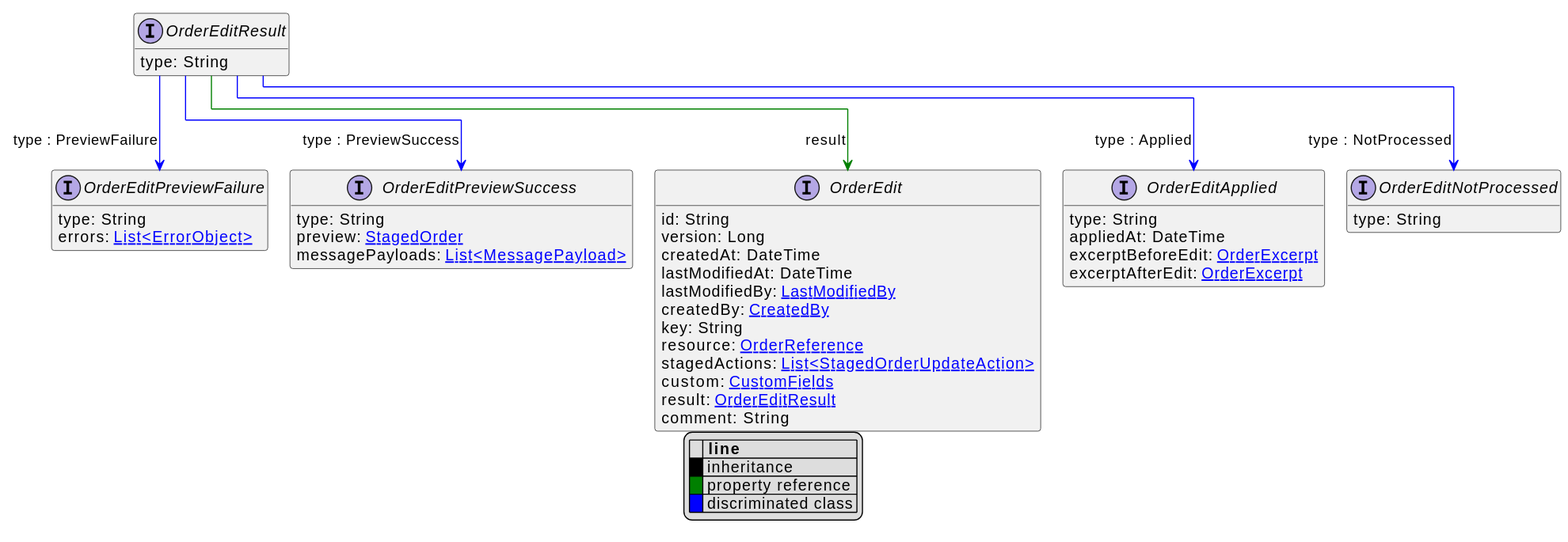
This is uml/api/svg/OrderEditResult.svg from commercetools/commercetools-api-reference, a PlantUML export, as it was before one commit. Its diagram source:
```plantuml
@startuml
!pragma layout elk
hide empty fields
hide empty methods
legend
|= |= line |
|<back:black>   </back>| inheritance |
|<back:green>   </back>| property reference |
|<back:blue>   </back>| discriminated class |
endlegend
interface OrderEditResult [[OrderEditResult.svg]]  {
    type: String
}


interface OrderEditApplied [[OrderEditApplied.svg]]  {
    type: String
    appliedAt: DateTime
    excerptBeforeEdit: [[OrderExcerpt.svg OrderExcerpt]]
    excerptAfterEdit: [[OrderExcerpt.svg OrderExcerpt]]
}
interface OrderEditNotProcessed [[OrderEditNotProcessed.svg]]  {
    type: String
}
interface OrderEditPreviewFailure [[OrderEditPreviewFailure.svg]]  {
    type: String
    errors: [[ErrorObject.svg List<ErrorObject>]]
}
interface OrderEditPreviewSuccess [[OrderEditPreviewSuccess.svg]]  {
    type: String
    preview: [[StagedOrder.svg StagedOrder]]
    messagePayloads: [[MessagePayload.svg List<MessagePayload>]]
}
interface OrderEdit [[OrderEdit.svg]]  {
    id: String
    version: Long
    createdAt: DateTime
    lastModifiedAt: DateTime
    lastModifiedBy: [[LastModifiedBy.svg LastModifiedBy]]
    createdBy: [[CreatedBy.svg CreatedBy]]
    key: String
    resource: [[OrderReference.svg OrderReference]]
    stagedActions: [[StagedOrderUpdateAction.svg List<StagedOrderUpdateAction>]]
    custom: [[CustomFields.svg CustomFields]]
    result: [[OrderEditResult.svg OrderEditResult]]
    comment: String
}
OrderEditResult --> OrderEditApplied #blue;text:blue : "type : Applied"
OrderEditResult --> OrderEditNotProcessed #blue;text:blue : "type : NotProcessed"
OrderEditResult --> OrderEditPreviewFailure #blue;text:blue : "type : PreviewFailure"
OrderEditResult --> OrderEditPreviewSuccess #blue;text:blue : "type : PreviewSuccess"
OrderEditResult --> OrderEdit #green;text:green : "result"
@enduml
```
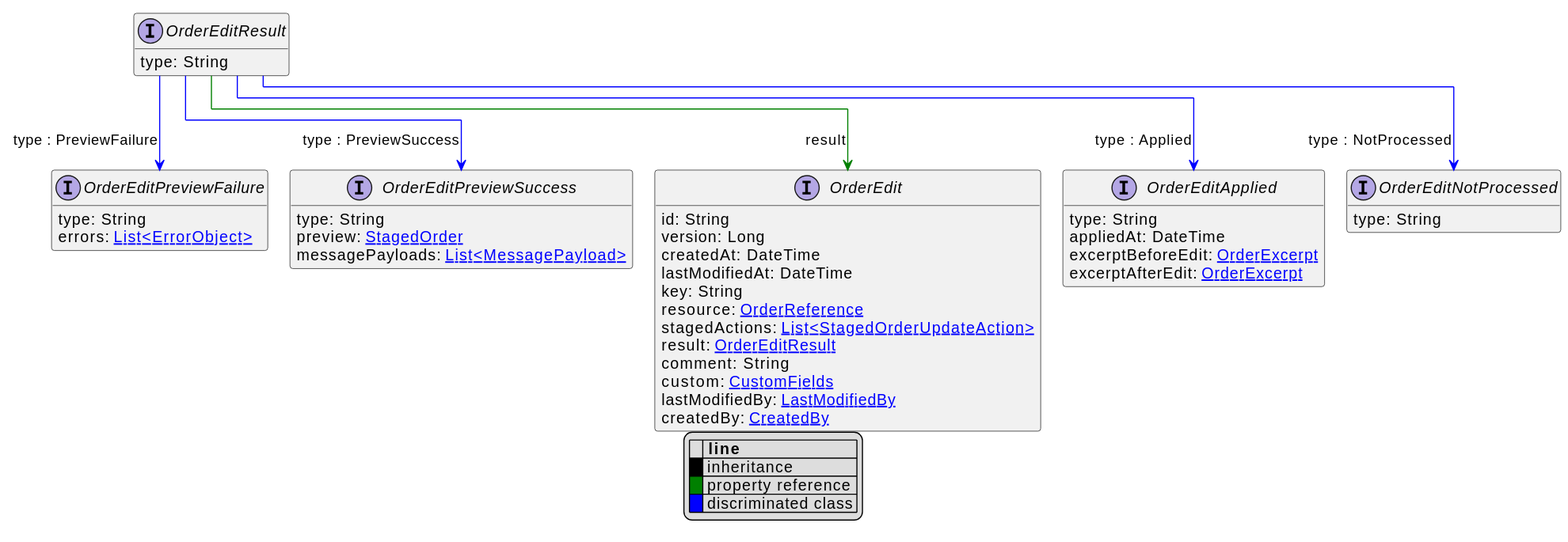
After the commit.

What changed in the source:
```diff
@@ -36,14 +36,14 @@
     version: Long
     createdAt: DateTime
     lastModifiedAt: DateTime
-    lastModifiedBy: [[LastModifiedBy.svg LastModifiedBy]]
-    createdBy: [[CreatedBy.svg CreatedBy]]
     key: String
     resource: [[OrderReference.svg OrderReference]]
     stagedActions: [[StagedOrderUpdateAction.svg List<StagedOrderUpdateAction>]]
-    custom: [[CustomFields.svg CustomFields]]
     result: [[OrderEditResult.svg OrderEditResult]]
     comment: String
+    custom: [[CustomFields.svg CustomFields]]
+    lastModifiedBy: [[LastModifiedBy.svg LastModifiedBy]]
+    createdBy: [[CreatedBy.svg CreatedBy]]
 }
 OrderEditResult --> OrderEditApplied #blue;text:blue : "type : Applied"
 OrderEditResult --> OrderEditNotProcessed #blue;text:blue : "type : NotProcessed"
```
